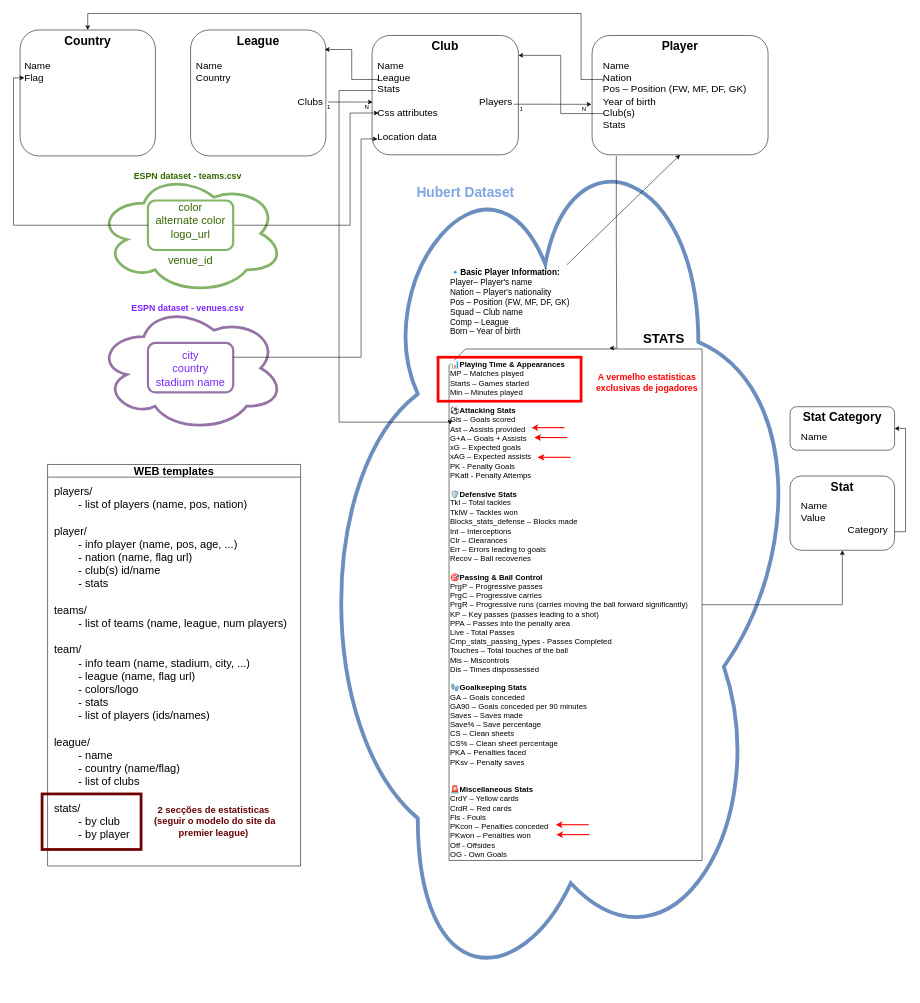
Earlier version of the draw.io diagram docs/ws_model_schema.drawio (GuiAmorim03/WS-Project-2). Source tidied: cells renumbered, new cells numbered last; positions are measured from the earlier drawing's top-left corner, leaving out a move shared by most shapes. Both pictures are drawn from the tidied source at 55%, with x=0, y=0 at pixel (13, 13).
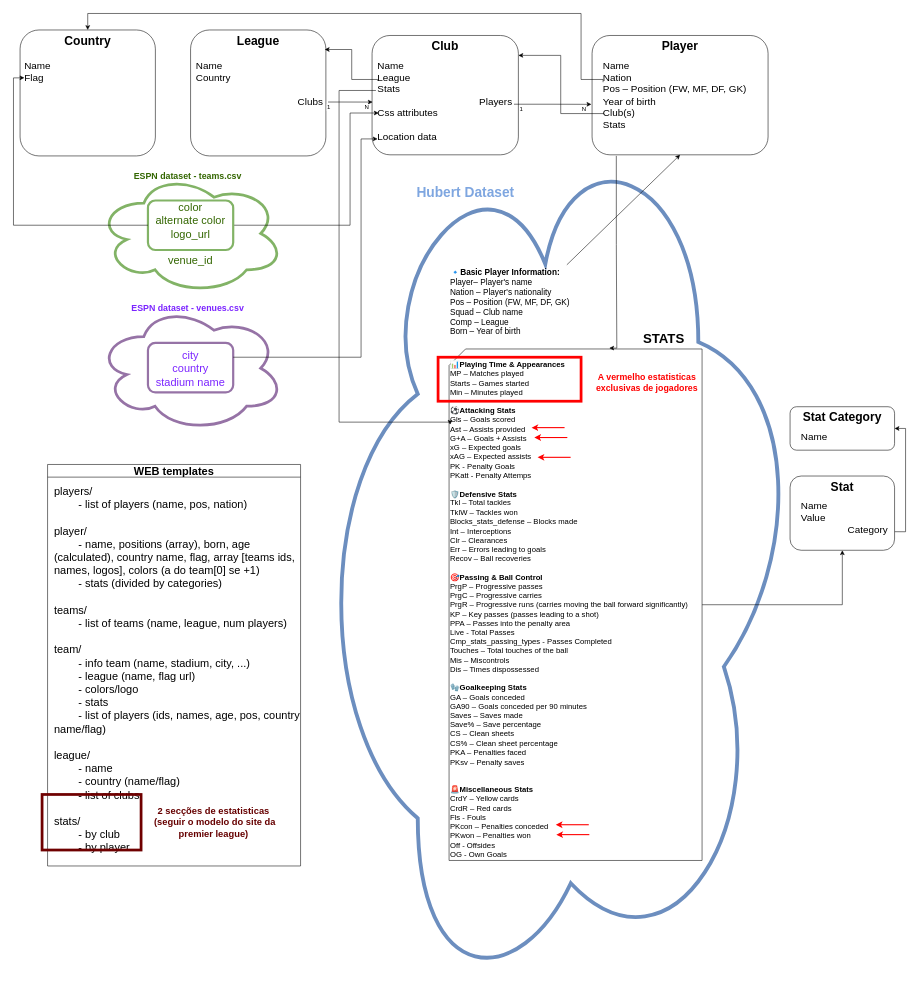
After the change.

Diff of the diagram source:
```diff
@@
-    <mxCell id="43" value="&lt;div&gt;players/&lt;/div&gt;&lt;div&gt;&lt;span style=&quot;white-space: pre;&quot;&gt;&#9;&lt;/span&gt;- list of players (name, pos, nation)&lt;br&gt;&lt;/div&gt;&lt;div&gt;&lt;br&gt;&lt;/div&gt;&lt;div&gt;player/&lt;div&gt;&lt;span style=&quot;white-space: pre;&quot;&gt;&#9;&lt;/span&gt;- info player (name, pos, age, ...)&lt;br&gt;&lt;/div&gt;&lt;div&gt;&lt;span style=&quot;white-space: pre;&quot;&gt;&#9;&lt;/span&gt;- nation (name, flag url)&lt;/div&gt;&lt;div&gt;&lt;span style=&quot;white-space: pre;&quot;&gt;&#9;&lt;/span&gt;- club(s) id/name&lt;/div&gt;&lt;div&gt;&lt;span style=&quot;white-space: pre;&quot;&gt;&#9;&lt;/span&gt;- stats&amp;nbsp;&lt;br&gt;&lt;br&gt;&lt;/div&gt;&lt;/div&gt;&lt;div&gt;teams/&lt;/div&gt;&lt;div&gt;&lt;span style=&quot;white-space: pre;&quot;&gt;&#9;&lt;/span&gt;- list of teams (name, league, num players)&lt;br&gt;&lt;/div&gt;&lt;div&gt;&lt;br&gt;&lt;/div&gt;&lt;div&gt;&lt;div&gt;team/&lt;div&gt;&lt;span style=&quot;white-space: pre;&quot;&gt;&#9;&lt;/span&gt;- info team (name, stadium, city, ...)&lt;br&gt;&lt;/div&gt;&lt;div&gt;&lt;span style=&quot;white-space: pre;&quot;&gt;&#9;&lt;/span&gt;- league (name, flag url)&lt;/div&gt;&lt;div&gt;&lt;span style=&quot;white-space: pre;&quot;&gt;&#9;&lt;/span&gt;- colors/logo&lt;/div&gt;&lt;div&gt;&lt;span style=&quot;white-space: pre;&quot;&gt;&#9;&lt;/span&gt;- stats&amp;nbsp;&lt;/div&gt;&lt;/div&gt;&lt;div&gt;&lt;span style=&quot;white-space: pre;&quot;&gt;&#9;&lt;/span&gt;- list of players (ids/names)&lt;/div&gt;&lt;div&gt;&lt;br&gt;&lt;/div&gt;&lt;/div&gt;&lt;div&gt;&lt;div&gt;league/&lt;div&gt;&lt;span style=&quot;white-space: pre;&quot;&gt;&#9;&lt;/span&gt;- name&lt;br&gt;&lt;/div&gt;&lt;div&gt;&lt;span style=&quot;white-space: pre;&quot;&gt;&#9;&lt;/span&gt;- country (name/flag)&lt;/div&gt;&lt;div&gt;&lt;span style=&quot;white-space: pre;&quot;&gt;&#9;&lt;/span&gt;- list of clubs&lt;/div&gt;&lt;/div&gt;&lt;div&gt;&lt;br&gt;&lt;/div&gt;&lt;/div&gt;&lt;div&gt;stats/&lt;/div&gt;&lt;div&gt;&lt;span style=&quot;white-space: pre;&quot;&gt;&#9;&lt;/span&gt;- by club&lt;br&gt;&lt;/div&gt;&lt;div&gt;&lt;span style=&quot;white-space: pre;&quot;&gt;&#9;&lt;/span&gt;- by player&lt;br&gt;&lt;/div&gt;" style="text;html=1;align=left;verticalAlign=top;whiteSpace=wrap;rounded=0;fontSize=20;" parent="1" vertex="1">
+    <mxCell id="43" value="&lt;div&gt;players/&lt;/div&gt;&lt;div&gt;&lt;span style=&quot;white-space: pre;&quot;&gt;&#9;&lt;/span&gt;- list of players (name, pos, nation)&lt;br&gt;&lt;/div&gt;&lt;div&gt;&lt;br&gt;&lt;/div&gt;&lt;div&gt;player/&lt;div&gt;&lt;span style=&quot;white-space: pre;&quot;&gt;&#9;&lt;/span&gt;- name, positions (array), born, age (calculated), country name, flag, array [teams ids, names, logos], colors (a do team[0] se +1)&lt;br&gt;&lt;/div&gt;&lt;div&gt;&lt;span style=&quot;background-color: transparent; color: light-dark(rgb(0, 0, 0), rgb(255, 255, 255)); white-space: pre;&quot;&gt;&#9;&lt;/span&gt;&lt;span style=&quot;background-color: transparent; color: light-dark(rgb(0, 0, 0), rgb(255, 255, 255));&quot;&gt;- stats (divided by categories)&lt;/span&gt;&lt;/div&gt;&lt;div&gt;&lt;br&gt;&lt;/div&gt;&lt;/div&gt;&lt;div&gt;teams/&lt;/div&gt;&lt;div&gt;&lt;span style=&quot;white-space: pre;&quot;&gt;&#9;&lt;/span&gt;- list of teams (name, league, num players)&lt;br&gt;&lt;/div&gt;&lt;div&gt;&lt;br&gt;&lt;/div&gt;&lt;div&gt;&lt;div&gt;team/&lt;div&gt;&lt;span style=&quot;white-space: pre;&quot;&gt;&#9;&lt;/span&gt;- info team (name, stadium, city, ...)&lt;br&gt;&lt;/div&gt;&lt;div&gt;&lt;span style=&quot;white-space: pre;&quot;&gt;&#9;&lt;/span&gt;- league (name, flag url)&lt;/div&gt;&lt;div&gt;&lt;span style=&quot;white-space: pre;&quot;&gt;&#9;&lt;/span&gt;- colors/logo&lt;/div&gt;&lt;div&gt;&lt;span style=&quot;white-space: pre;&quot;&gt;&#9;&lt;/span&gt;- stats&amp;nbsp;&lt;/div&gt;&lt;/div&gt;&lt;div&gt;&lt;span style=&quot;white-space: pre;&quot;&gt;&#9;&lt;/span&gt;- list of players (ids, names, age, pos, country name/flag)&lt;/div&gt;&lt;div&gt;&lt;br&gt;&lt;/div&gt;&lt;/div&gt;&lt;div&gt;&lt;div&gt;league/&lt;div&gt;&lt;span style=&quot;white-space: pre;&quot;&gt;&#9;&lt;/span&gt;- name&lt;br&gt;&lt;/div&gt;&lt;div&gt;&lt;span style=&quot;white-space: pre;&quot;&gt;&#9;&lt;/span&gt;- country (name/flag)&lt;/div&gt;&lt;div&gt;&lt;span style=&quot;white-space: pre;&quot;&gt;&#9;&lt;/span&gt;- list of clubs&lt;/div&gt;&lt;/div&gt;&lt;div&gt;&lt;br&gt;&lt;/div&gt;&lt;/div&gt;&lt;div&gt;stats/&lt;/div&gt;&lt;div&gt;&lt;span style=&quot;white-space: pre;&quot;&gt;&#9;&lt;/span&gt;- by club&lt;br&gt;&lt;/div&gt;&lt;div&gt;&lt;span style=&quot;white-space: pre;&quot;&gt;&#9;&lt;/span&gt;- by player&lt;br&gt;&lt;/div&gt;" style="text;html=1;align=left;verticalAlign=top;whiteSpace=wrap;rounded=0;fontSize=20;" parent="1" vertex="1">
       <mxGeometry x="72" y="850" width="450" height="810" as="geometry" />
     </mxCell>
     <mxCell id="44" style="rounded=0;whiteSpace=wrap;html=1;fillColor=none;strokeColor=#6F0000;fontColor=#ffffff;strokeWidth=5;" parent="1" vertex="1">
-      <mxGeometry x="52" y="1419" width="180" height="101" as="geometry" />
+      <mxGeometry x="52" y="1420" width="180" height="101" as="geometry" />
     </mxCell>
     <mxCell id="45" value="2 secções de estatisticas&lt;div&gt;&amp;nbsp;(seguir o modelo do site da premier league)&lt;/div&gt;" style="text;html=1;align=center;verticalAlign=middle;whiteSpace=wrap;rounded=0;fontColor=#660000;fontStyle=1;fontSize=17;" parent="1" vertex="1">
-      <mxGeometry x="244.5" y="1430" width="237.5" height="80" as="geometry" />
+      <mxGeometry x="244.5" y="1431" width="237.5" height="80" as="geometry" />
     </mxCell>
```
